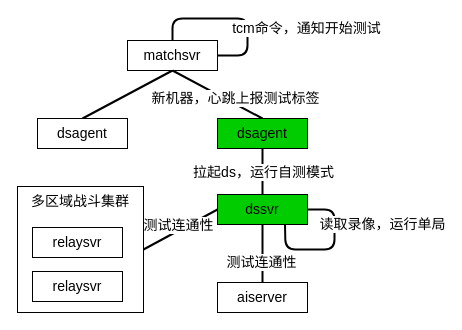
The draw.io diagram page "NISHIKI扩容新方案" (9 of 10) of NISHIKI架构.drawio in Memoryss/NISHIKI, before the edit. Source tidied: cells renumbered, new cells numbered last; positions are measured from the earlier drawing's top-left corner, leaving out a move shared by most shapes. Both pictures are drawn from the tidied source at 100%, with x=0, y=0 at pixel (17, 18).
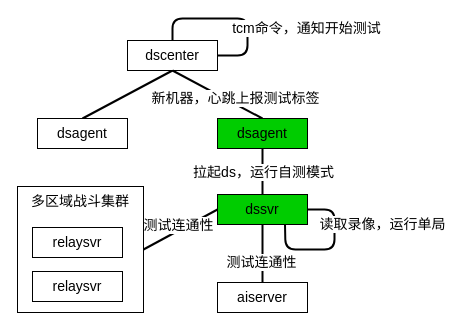
The same page after the edit.

Diff of the diagram source:
```diff
@@
-    <mxCell id="3" value="matchsvr" style="rounded=0;whiteSpace=wrap;html=1;labelBackgroundColor=none;sketch=0;fontFamily=Helvetica;fontSize=14;fontColor=default;strokeWidth=1;" parent="1" vertex="1">
+    <mxCell id="3" value="dscenter" style="rounded=0;whiteSpace=wrap;html=1;labelBackgroundColor=none;sketch=0;fontFamily=Helvetica;fontSize=14;fontColor=default;strokeWidth=1;" parent="1" vertex="1">
       <mxGeometry x="110" y="22" width="90" height="30" as="geometry" />
     </mxCell>
```
